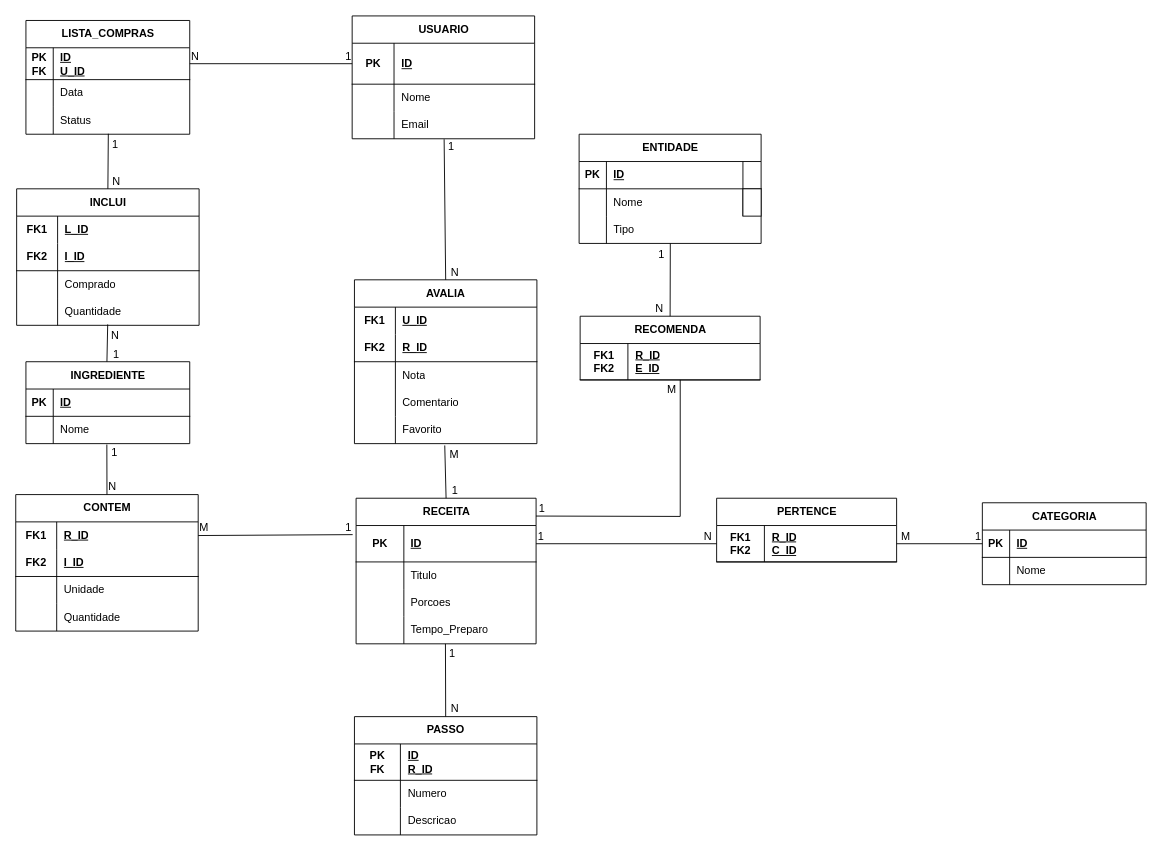
Above: Diagramas/modelo_relacional.drawio in gleivanbezerra/CookUp (draw.io), before the change. Source tidied: cells renumbered, new cells numbered last; positions are measured from the earlier drawing's top-left corner, leaving out a move shared by most shapes. Both pictures are drawn from the tidied source at 91%, with x=0, y=0 at pixel (15, 15).
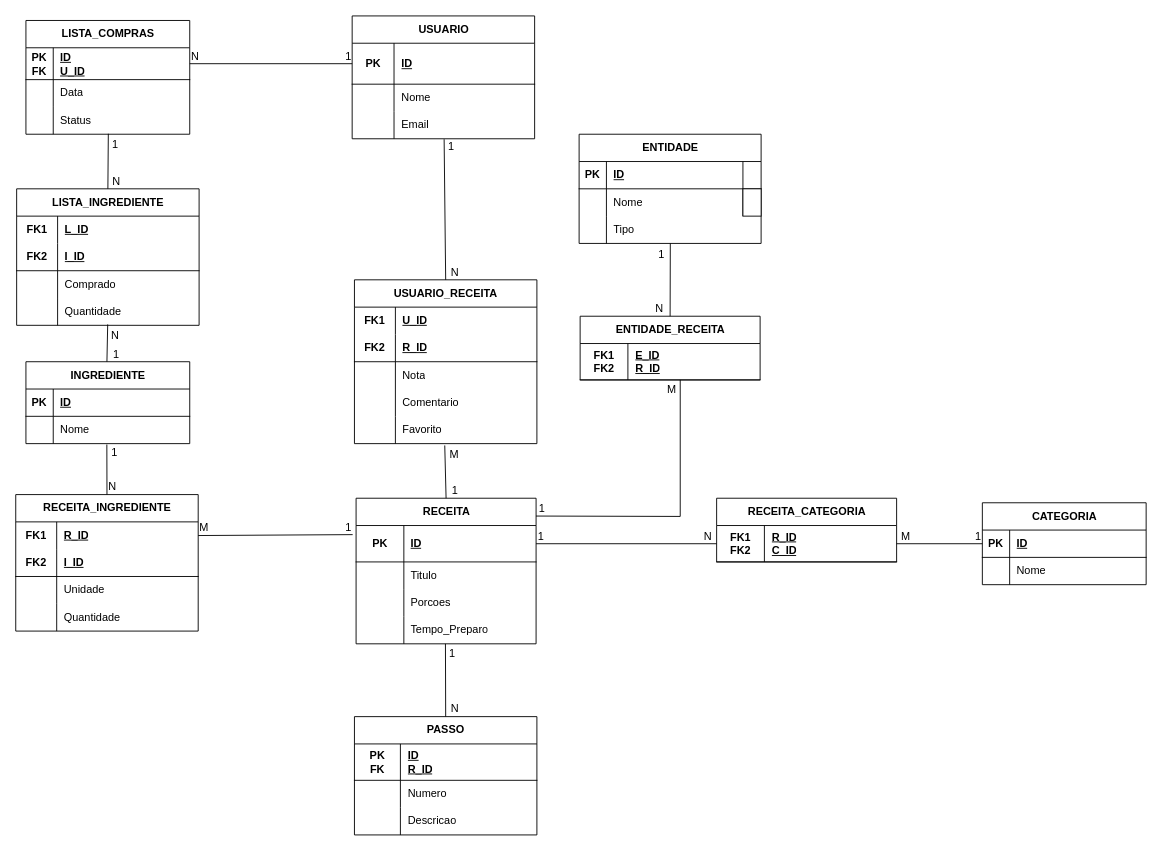
After the change.

Unchanged cells that the change refers to:
```xml
<mxCell id="147" style="shape=tableRow;horizontal=0;startSize=0;swimlaneHead=0;swimlaneBody=0;fillColor=none;top=0;left=0;right=0;bottom=1;" parent="146" vertex="1">
  <mxGeometry y="30" width="197.8" height="40" as="geometry" />
</mxCell>
```

Change to the diagram source:
```diff
@@
-    <mxCell id="73" value="AVALIA" style="shape=table;startSize=30;childLayout=tableLayout;rowLines=0;fontStyle=1;align=center;html=1;whiteSpace=wrap;" parent="1" vertex="1">
+    <mxCell id="73" value="USUARIO_RECEITA" style="shape=table;startSize=30;childLayout=tableLayout;rowLines=0;fontStyle=1;align=center;html=1;whiteSpace=wrap;" parent="1" vertex="1">
       <mxGeometry x="372" y="290" width="200.5" height="180" as="geometry" />
     </mxCell>
@@
-    <mxCell id="98" value="PERTENCE" style="shape=table;startSize=30;childLayout=tableLayout;rowLines=0;fontStyle=1;align=center;html=1;" parent="1" vertex="1">
+    <mxCell id="98" value="RECEITA_CATEGORIA" style="shape=table;startSize=30;childLayout=tableLayout;rowLines=0;fontStyle=1;align=center;html=1;" parent="1" vertex="1">
       <mxGeometry x="770" y="530" width="197.8" height="70" as="geometry" />
     </mxCell>
@@
-    <mxCell id="108" value="CONTEM" style="shape=table;startSize=30;childLayout=tableLayout;rowLines=0;fontStyle=1;align=center;html=1;whiteSpace=wrap;" parent="1" vertex="1">
+    <mxCell id="108" value="RECEITA_INGREDIENTE" style="shape=table;startSize=30;childLayout=tableLayout;rowLines=0;fontStyle=1;align=center;html=1;whiteSpace=wrap;" parent="1" vertex="1">
       <mxGeometry x="-0.2" y="526" width="200.5" height="150" as="geometry" />
     </mxCell>
@@
-    <mxCell id="127" value="INCLUI" style="shape=table;startSize=30;childLayout=tableLayout;rowLines=0;fontStyle=1;align=center;html=1;whiteSpace=wrap;" parent="1" vertex="1">
+    <mxCell id="127" value="LISTA_INGREDIENTE" style="shape=table;startSize=30;childLayout=tableLayout;rowLines=0;fontStyle=1;align=center;html=1;whiteSpace=wrap;" parent="1" vertex="1">
       <mxGeometry x="0.8" y="190" width="200.5" height="150" as="geometry" />
     </mxCell>
@@
-    <mxCell id="146" value="RECOMENDA" style="shape=table;startSize=30;childLayout=tableLayout;rowLines=0;fontStyle=1;align=center;html=1;" parent="1" vertex="1">
+    <mxCell id="146" value="ENTIDADE_RECEITA" style="shape=table;startSize=30;childLayout=tableLayout;rowLines=0;fontStyle=1;align=center;html=1;" parent="1" vertex="1">
       <mxGeometry x="620" y="330" width="197.8" height="70" as="geometry" />
     </mxCell>
@@
-    <mxCell id="149" value="R_ID&lt;br&gt;E_ID" style="shape=partialRectangle;fillColor=none;top=0;left=0;bottom=0;right=0;align=left;spacingLeft=6;fontStyle=5;overflow=hidden;whiteSpace=wrap;html=1;" parent="147" vertex="1">
+    <mxCell id="149" value="E_ID&lt;br&gt;R_ID" style="shape=partialRectangle;fillColor=none;top=0;left=0;bottom=0;right=0;align=left;spacingLeft=6;fontStyle=5;overflow=hidden;whiteSpace=wrap;html=1;" parent="147" vertex="1">
       <mxGeometry x="52.5" width="145.2" height="40" as="geometry" />
     </mxCell>
```
